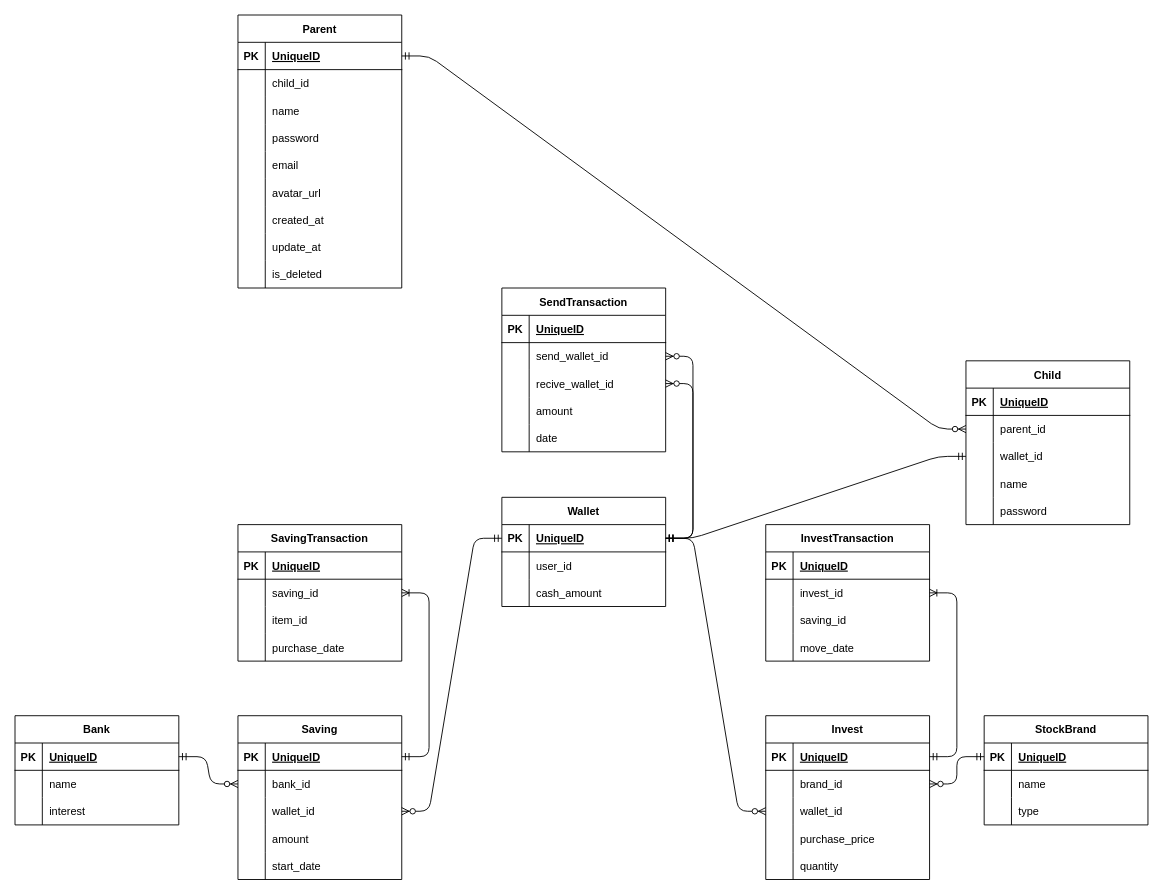
Earlier version of the draw.io diagram design_documents/entity_relation.dio (unwissenheit/finance-world). Source tidied: cells renumbered, new cells numbered last; positions are measured from the earlier drawing's top-left corner, leaving out a move shared by most shapes. Both pictures are drawn from the tidied source at 91%, with x=0, y=0 at pixel (15, 15).
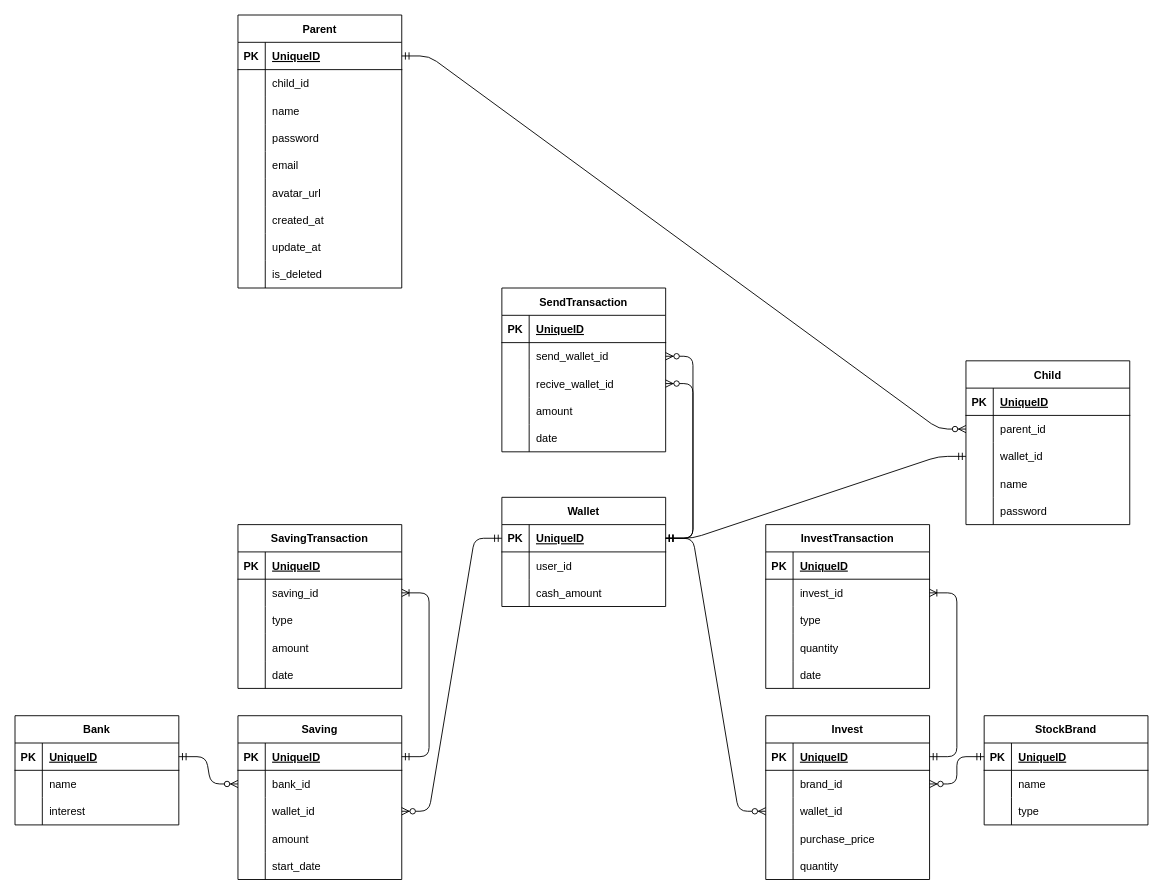
The same page after the edit.

Commit message:
[update] ER図を変更 - 一部テーブルのカラム名を変更 - 仕様に合わせてカラムを追加

Unchanged cells that the change refers to:
```xml
<mxCell id="63" style="shape=tableRow;horizontal=0;startSize=0;swimlaneHead=0;swimlaneBody=0;fillColor=none;top=0;left=0;right=0;bottom=0;" parent="56" vertex="1">
  <mxGeometry y="90" width="180" height="30" as="geometry" />
</mxCell>
<mxCell id="66" style="shape=tableRow;horizontal=0;startSize=0;swimlaneHead=0;swimlaneBody=0;fillColor=none;top=0;left=0;right=0;bottom=0;" parent="56" vertex="1">
  <mxGeometry y="120" width="180" height="30" as="geometry" />
</mxCell>
<mxCell id="132" style="shape=tableRow;horizontal=0;startSize=0;swimlaneHead=0;swimlaneBody=0;fillColor=none;top=0;left=0;right=0;bottom=0;" parent="125" vertex="1">
  <mxGeometry y="90" width="180" height="30" as="geometry" />
</mxCell>
```

Change to the diagram source:
```diff
@@
     <mxCell id="56" value="InvestTransaction" style="shape=table;startSize=30;childLayout=tableLayout;rowLines=0;fontStyle=1;align=center;" parent="1" vertex="1">
-      <mxGeometry x="825" y="560" width="180" height="150" as="geometry" />
+      <mxGeometry x="825" y="560" width="180" height="180" as="geometry" />
     </mxCell>
@@
-    <mxCell id="65" value="saving_id" style="shape=partialRectangle;fillColor=none;top=0;left=0;bottom=0;right=0;align=left;spacingLeft=6;overflow=hidden;" parent="63" vertex="1">
+    <mxCell id="65" value="type" style="shape=partialRectangle;fillColor=none;top=0;left=0;bottom=0;right=0;align=left;spacingLeft=6;overflow=hidden;" parent="63" vertex="1">
       <mxGeometry x="30" width="150" height="30" as="geometry" />
     </mxCell>
@@
-    <mxCell id="68" value="move_date" style="shape=partialRectangle;fillColor=none;top=0;left=0;bottom=0;right=0;align=left;spacingLeft=6;overflow=hidden;" parent="66" vertex="1">
+    <mxCell id="68" value="quantity" style="shape=partialRectangle;fillColor=none;top=0;left=0;bottom=0;right=0;align=left;spacingLeft=6;overflow=hidden;" parent="66" vertex="1">
       <mxGeometry x="30" width="150" height="30" as="geometry" />
     </mxCell>
+    <mxCell id="160" style="shape=tableRow;horizontal=0;startSize=0;swimlaneHead=0;swimlaneBody=0;fillColor=none;top=0;left=0;right=0;bottom=0;" parent="56" vertex="1">
+      <mxGeometry y="150" width="180" height="30" as="geometry" />
+    </mxCell>
+    <mxCell id="161" style="shape=partialRectangle;fillColor=none;top=0;left=0;bottom=0;right=0;overflow=hidden;" parent="160" vertex="1">
+      <mxGeometry width="30" height="30" as="geometry" />
+    </mxCell>
+    <mxCell id="162" value="date" style="shape=partialRectangle;fillColor=none;top=0;left=0;bottom=0;right=0;align=left;spacingLeft=6;overflow=hidden;" parent="160" vertex="1">
+      <mxGeometry x="30" width="150" height="30" as="geometry" />
+    </mxCell>
@@
     <mxCell id="125" value="SavingTransaction" style="shape=table;startSize=30;childLayout=tableLayout;rowLines=0;fontStyle=1;align=center;" parent="1" vertex="1">
-      <mxGeometry x="245" y="560" width="180" height="150" as="geometry" />
+      <mxGeometry x="245" y="560" width="180" height="180" as="geometry" />
     </mxCell>
@@
-    <mxCell id="134" value="item_id" style="shape=partialRectangle;fillColor=none;top=0;left=0;bottom=0;right=0;align=left;spacingLeft=6;overflow=hidden;" parent="132" vertex="1">
+    <mxCell id="134" value="type" style="shape=partialRectangle;fillColor=none;top=0;left=0;bottom=0;right=0;align=left;spacingLeft=6;overflow=hidden;" parent="132" vertex="1">
       <mxGeometry x="30" width="150" height="30" as="geometry" />
     </mxCell>
+    <mxCell id="163" style="shape=tableRow;horizontal=0;startSize=0;swimlaneHead=0;swimlaneBody=0;fillColor=none;top=0;left=0;right=0;bottom=0;" parent="125" vertex="1">
+      <mxGeometry y="120" width="180" height="30" as="geometry" />
+    </mxCell>
+    <mxCell id="164" style="shape=partialRectangle;fillColor=none;top=0;left=0;bottom=0;right=0;overflow=hidden;" parent="163" vertex="1">
+      <mxGeometry width="30" height="30" as="geometry" />
+    </mxCell>
+    <mxCell id="165" value="amount" style="shape=partialRectangle;fillColor=none;top=0;left=0;bottom=0;right=0;align=left;spacingLeft=6;overflow=hidden;" parent="163" vertex="1">
+      <mxGeometry x="30" width="150" height="30" as="geometry" />
+    </mxCell>
     <mxCell id="135" style="shape=tableRow;horizontal=0;startSize=0;swimlaneHead=0;swimlaneBody=0;fillColor=none;top=0;left=0;right=0;bottom=0;" parent="125" vertex="1">
-      <mxGeometry y="120" width="180" height="30" as="geometry" />
+      <mxGeometry y="150" width="180" height="30" as="geometry" />
     </mxCell>
@@
-    <mxCell id="137" value="purchase_date" style="shape=partialRectangle;fillColor=none;top=0;left=0;bottom=0;right=0;align=left;spacingLeft=6;overflow=hidden;" parent="135" vertex="1">
+    <mxCell id="137" value="date" style="shape=partialRectangle;fillColor=none;top=0;left=0;bottom=0;right=0;align=left;spacingLeft=6;overflow=hidden;" parent="135" vertex="1">
       <mxGeometry x="30" width="150" height="30" as="geometry" />
     </mxCell>
```
